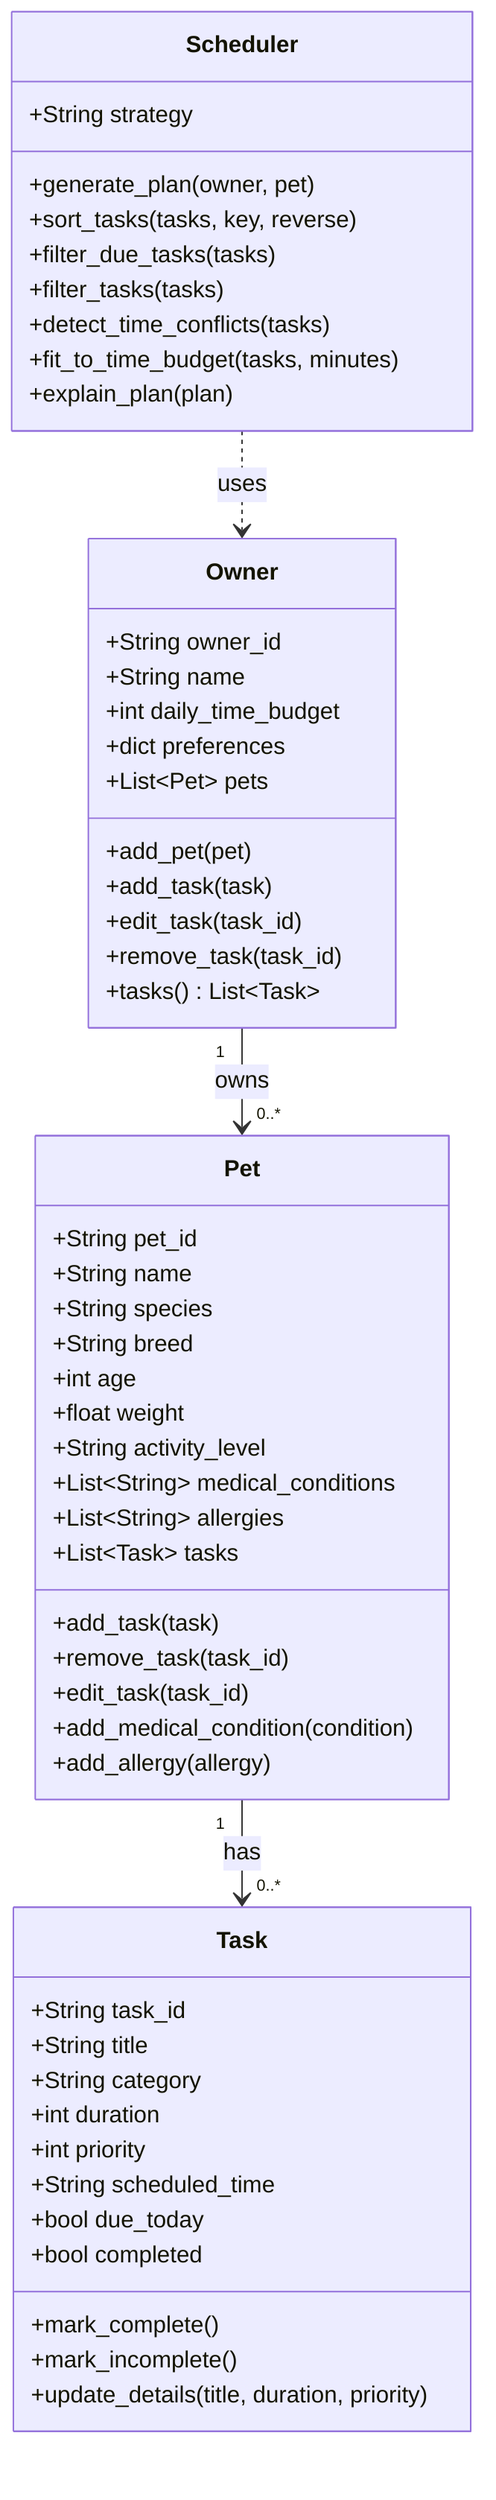
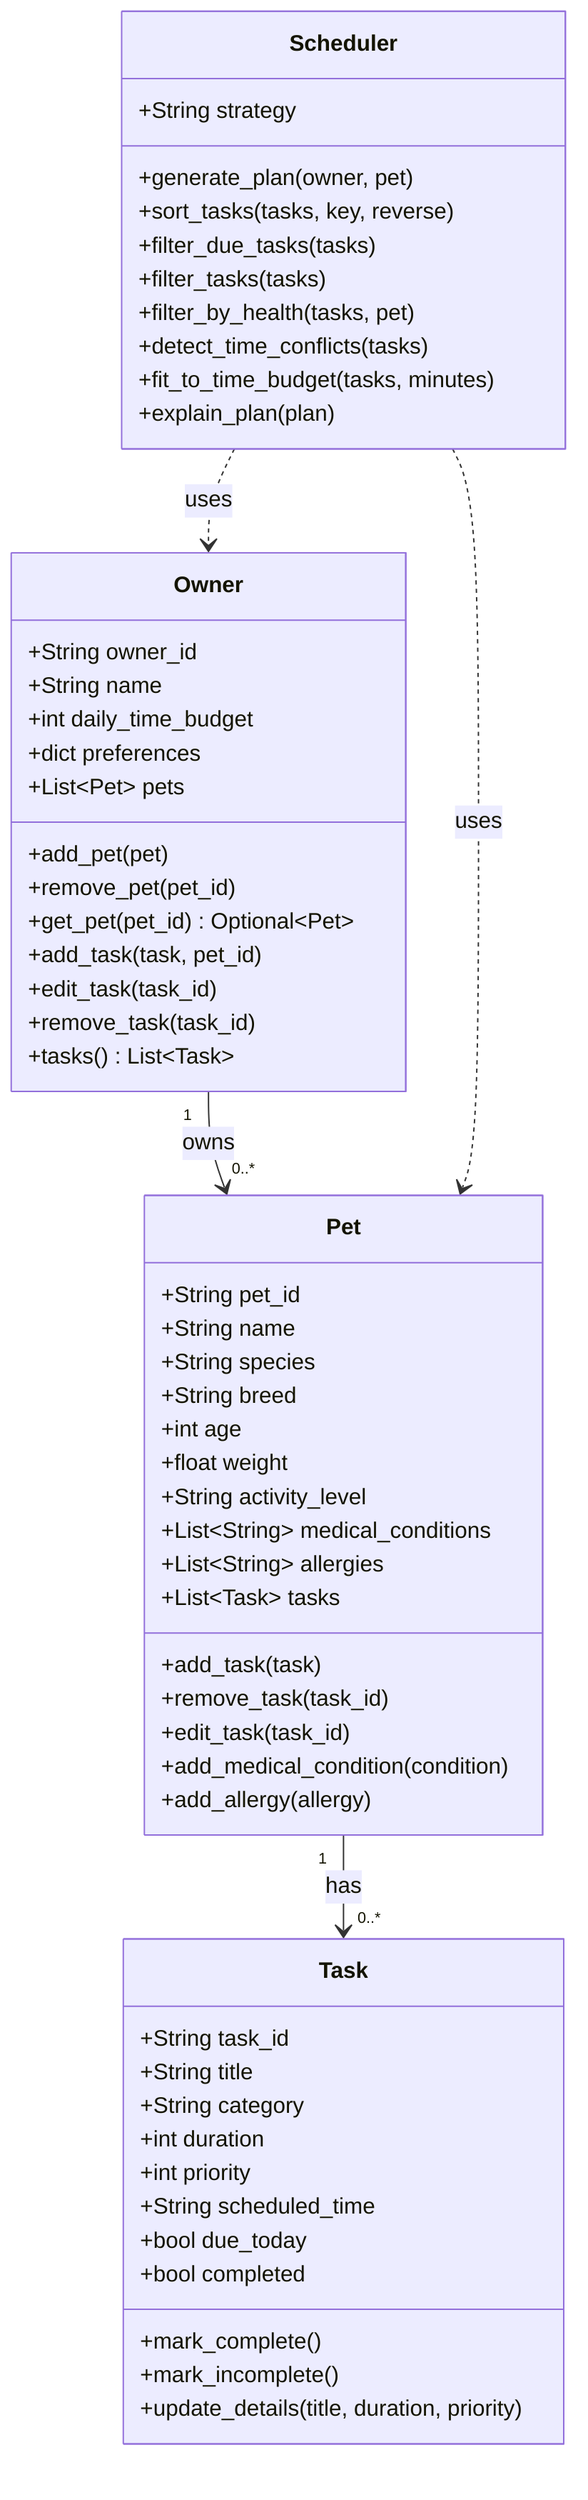
classDiagram
    class Owner {
        +String owner_id
        +String name
        +int daily_time_budget
        +dict preferences
        +List~Pet~ pets
        +add_pet(pet)
-         +add_task(task)
+         +remove_pet(pet_id)
+         +get_pet(pet_id) Optional~Pet~
+         +add_task(task, pet_id)
        +edit_task(task_id)
        +remove_task(task_id)
        +tasks() List~Task~
    }

    class Pet {
        +String pet_id
        +String name
        +String species
        +String breed
        +int age
        +float weight
        +String activity_level
        +List~String~ medical_conditions
        +List~String~ allergies
        +List~Task~ tasks
        +add_task(task)
        +remove_task(task_id)
        +edit_task(task_id)
        +add_medical_condition(condition)
        +add_allergy(allergy)
    }

    class Task {
        +String task_id
        +String title
        +String category
        +int duration
        +int priority
        +String scheduled_time
        +bool due_today
        +bool completed
        +mark_complete()
        +mark_incomplete()
        +update_details(title, duration, priority)
    }

    class Scheduler {
        +String strategy
        +generate_plan(owner, pet)
        +sort_tasks(tasks, key, reverse)
        +filter_due_tasks(tasks)
        +filter_tasks(tasks)
+         +filter_by_health(tasks, pet)
        +detect_time_conflicts(tasks)
        +fit_to_time_budget(tasks, minutes)
        +explain_plan(plan)
    }

    Owner "1" --> "0..*" Pet : owns
    Pet "1" --> "0..*" Task : has
    Scheduler ..> Owner : uses
+     Scheduler ..> Pet : uses
